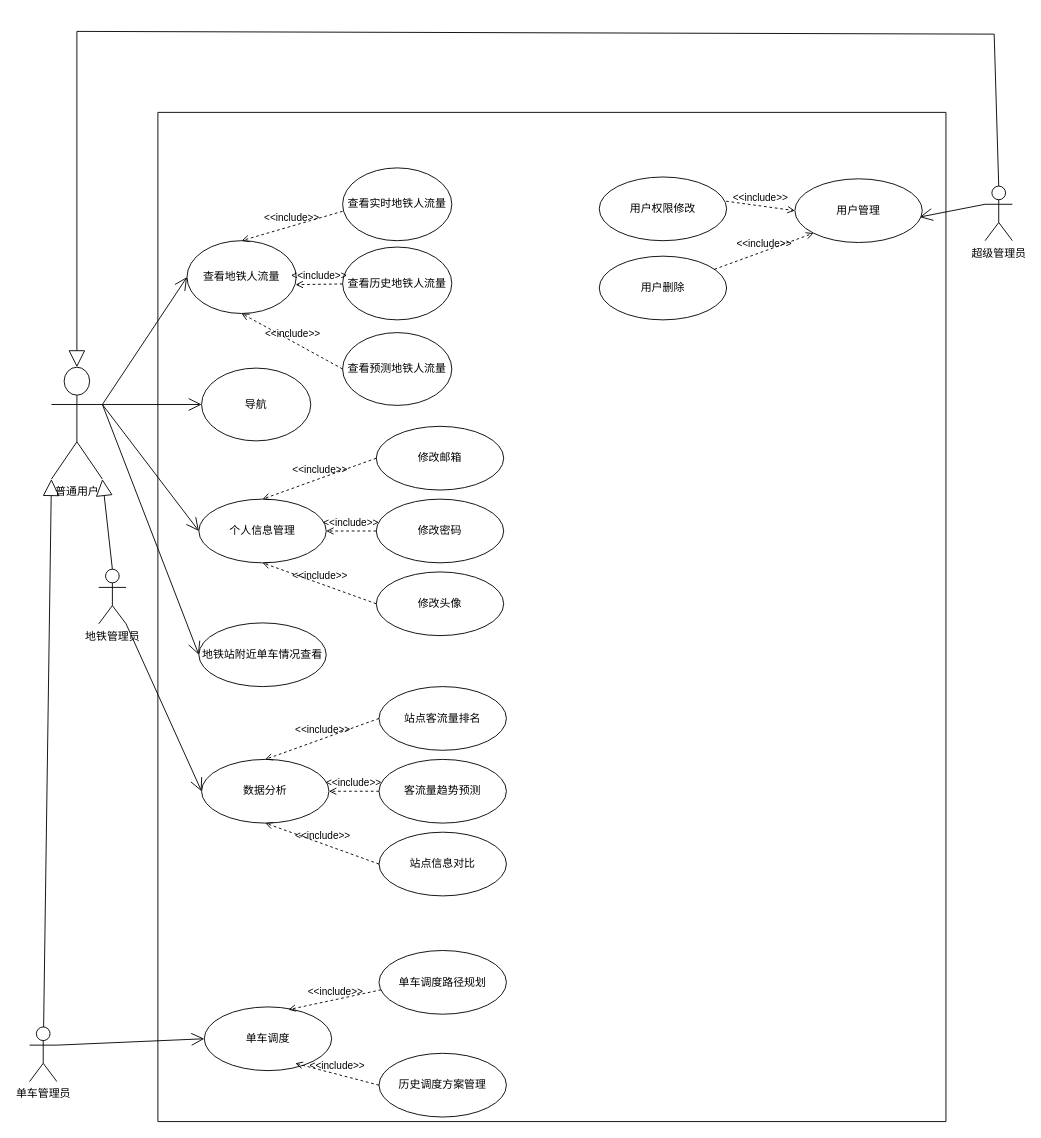
Earlier version of the draw.io diagram pic/用例图.drawio (YDUTSEVOLDN/Subway). Source tidied: cells renumbered, new cells numbered last; positions are measured from the earlier drawing's top-left corner, leaving out a move shared by most shapes. Both pictures are drawn from the tidied source at 91%, with x=0, y=0 at pixel (29, 31).
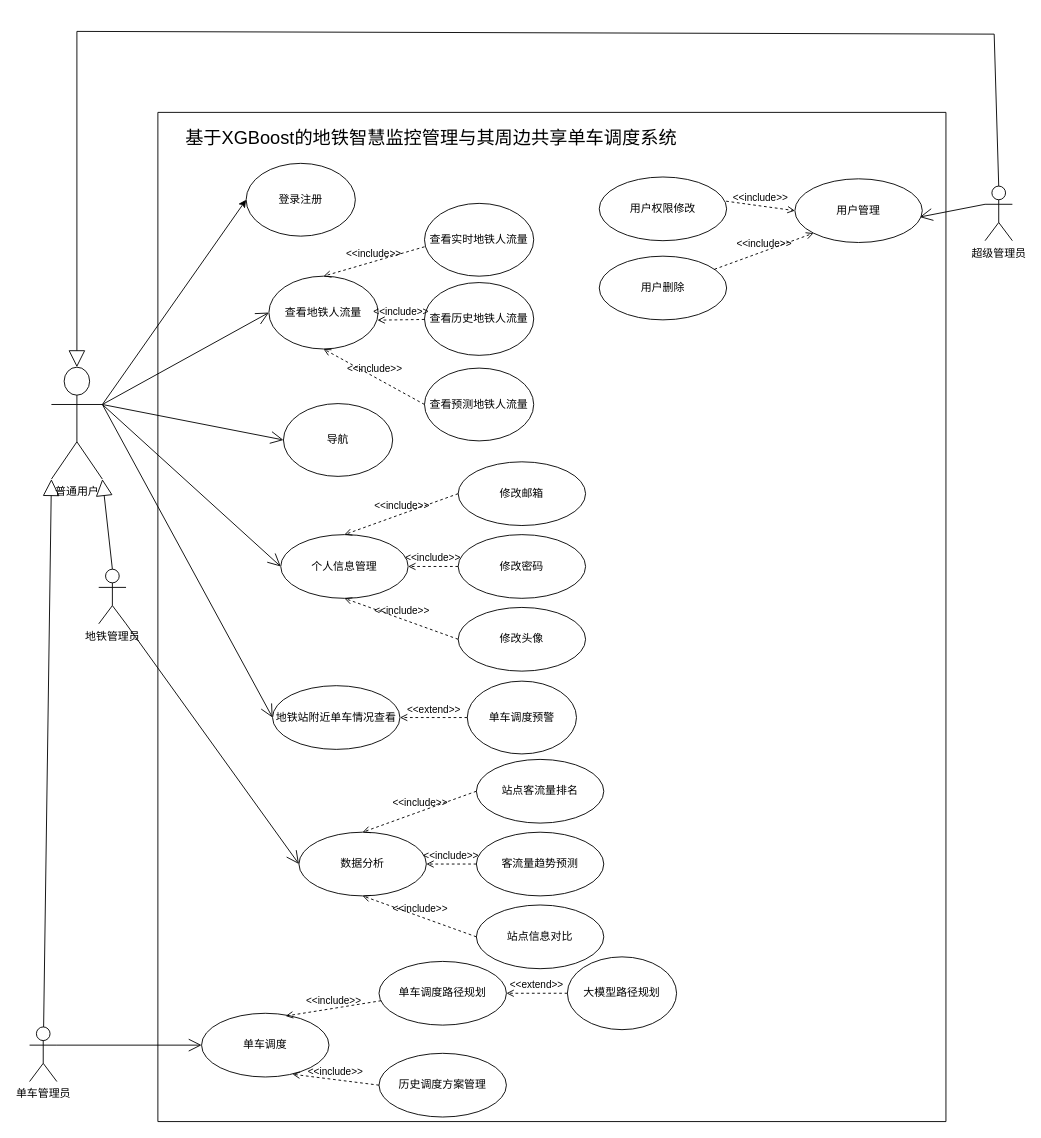
The same page after the edit.

Commit message:
更新用例图.drawio

Unchanged cells that the change refers to:
```xml
<mxCell id="4" value="普通用户" style="shape=umlActor;verticalLabelPosition=bottom;verticalAlign=top;html=1;" parent="1" vertex="1">
  <mxGeometry x="24" y="369" width="56" height="123" as="geometry" />
</mxCell>
<mxCell id="6" style="swimlane;startSize=0;" parent="1" vertex="1">
  <mxGeometry x="141" y="89" width="866" height="1109" as="geometry" />
</mxCell>
<mxCell id="32" value="历史调度方案管理" style="ellipse;whiteSpace=wrap;html=1;" parent="6" vertex="1">
  <mxGeometry x="243" y="1034" width="140" height="70" as="geometry" />
</mxCell>
```

Diff of the diagram source:
```diff
@@
     <mxCell id="7" value="查看实时地铁人流量" style="ellipse;whiteSpace=wrap;html=1;" parent="6" vertex="1">
-      <mxGeometry x="203" y="61" width="120" height="80" as="geometry" />
+      <mxGeometry x="293" y="100" width="120" height="80" as="geometry" />
     </mxCell>
     <mxCell id="8" value="查看地铁人流量" style="ellipse;whiteSpace=wrap;html=1;" parent="6" vertex="1">
-      <mxGeometry x="32" y="141" width="120" height="80" as="geometry" />
+      <mxGeometry x="122" y="180" width="120" height="80" as="geometry" />
     </mxCell>
     <mxCell id="9" value="查看历史地铁人流量" style="ellipse;whiteSpace=wrap;html=1;" parent="6" vertex="1">
-      <mxGeometry x="203" y="148" width="120" height="80" as="geometry" />
+      <mxGeometry x="293" y="187" width="120" height="80" as="geometry" />
     </mxCell>
     <mxCell id="10" value="查看预测地铁人流量" style="ellipse;whiteSpace=wrap;html=1;" parent="6" vertex="1">
-      <mxGeometry x="203" y="242" width="120" height="80" as="geometry" />
+      <mxGeometry x="293" y="281" width="120" height="80" as="geometry" />
     </mxCell>
@@
     <mxCell id="14" value="个人信息管理" style="ellipse;whiteSpace=wrap;html=1;" parent="6" vertex="1">
-      <mxGeometry x="45" y="425" width="140" height="70" as="geometry" />
+      <mxGeometry x="135" y="464" width="140" height="70" as="geometry" />
     </mxCell>
     <mxCell id="15" value="修改邮箱" style="ellipse;whiteSpace=wrap;html=1;" parent="6" vertex="1">
-      <mxGeometry x="240" y="345" width="140" height="70" as="geometry" />
+      <mxGeometry x="330" y="384" width="140" height="70" as="geometry" />
     </mxCell>
@@
     <mxCell id="17" value="修改头像" style="ellipse;whiteSpace=wrap;html=1;" parent="6" vertex="1">
-      <mxGeometry x="240" y="505" width="140" height="70" as="geometry" />
+      <mxGeometry x="330" y="544" width="140" height="70" as="geometry" />
     </mxCell>
@@
     <mxCell id="19" value="修改密码" style="ellipse;whiteSpace=wrap;html=1;" parent="6" vertex="1">
-      <mxGeometry x="240" y="425" width="140" height="70" as="geometry" />
+      <mxGeometry x="330" y="464" width="140" height="70" as="geometry" />
     </mxCell>
@@
     <mxCell id="21" value="导航" style="ellipse;whiteSpace=wrap;html=1;" parent="6" vertex="1">
-      <mxGeometry x="48" y="281" width="120" height="80" as="geometry" />
+      <mxGeometry x="138" y="320" width="120" height="80" as="geometry" />
     </mxCell>
     <mxCell id="22" value="数据分析" style="ellipse;whiteSpace=wrap;html=1;" parent="6" vertex="1">
-      <mxGeometry x="48" y="711" width="140" height="70" as="geometry" />
+      <mxGeometry x="155" y="791" width="140" height="70" as="geometry" />
     </mxCell>
     <mxCell id="23" value="站点客流量排名" style="ellipse;whiteSpace=wrap;html=1;" parent="6" vertex="1">
-      <mxGeometry x="243" y="631" width="140" height="70" as="geometry" />
+      <mxGeometry x="350" y="711" width="140" height="70" as="geometry" />
     </mxCell>
@@
     <mxCell id="25" value="站点信息对比" style="ellipse;whiteSpace=wrap;html=1;" parent="6" vertex="1">
-      <mxGeometry x="243" y="791" width="140" height="70" as="geometry" />
+      <mxGeometry x="350" y="871" width="140" height="70" as="geometry" />
     </mxCell>
@@
     <mxCell id="27" value="客流量趋势预测" style="ellipse;whiteSpace=wrap;html=1;" parent="6" vertex="1">
-      <mxGeometry x="243" y="711" width="140" height="70" as="geometry" />
+      <mxGeometry x="350" y="791" width="140" height="70" as="geometry" />
     </mxCell>
@@
     <mxCell id="29" value="地铁站附近单车情况查看" style="ellipse;whiteSpace=wrap;html=1;" parent="6" vertex="1">
-      <mxGeometry x="45" y="561" width="140" height="70" as="geometry" />
+      <mxGeometry x="126" y="630" width="140" height="70" as="geometry" />
     </mxCell>
     <mxCell id="30" value="单车调度" style="ellipse;whiteSpace=wrap;html=1;" parent="6" vertex="1">
-      <mxGeometry x="51" y="983" width="140" height="70" as="geometry" />
+      <mxGeometry x="48" y="990" width="140" height="70" as="geometry" />
     </mxCell>
     <mxCell id="31" value="单车调度路径规划" style="ellipse;whiteSpace=wrap;html=1;" parent="6" vertex="1">
-      <mxGeometry x="243" y="921" width="140" height="70" as="geometry" />
+      <mxGeometry x="243" y="933" width="140" height="70" as="geometry" />
     </mxCell>
@@
-    <mxCell id="37" value="&amp;lt;&amp;lt;include&amp;gt;&amp;gt;" style="html=1;verticalAlign=bottom;labelBackgroundColor=none;endArrow=open;endFill=0;dashed=1;rounded=0;entryX=0.714;entryY=0.886;entryDx=0;entryDy=0;entryPerimeter=0;exitX=0;exitY=0.5;exitDx=0;exitDy=0;" parent="6" edge="1" source="32" target="30">
+    <mxCell id="37" value="&amp;lt;&amp;lt;include&amp;gt;&amp;gt;" style="html=1;verticalAlign=bottom;labelBackgroundColor=none;endArrow=open;endFill=0;dashed=1;rounded=0;entryX=0.714;entryY=0.957;entryDx=0;entryDy=0;entryPerimeter=0;exitX=0;exitY=0.5;exitDx=0;exitDy=0;" parent="6" edge="1" source="32" target="30">
       <mxGeometry relative="1" as="geometry" />
     </mxCell>
@@
+    <mxCell id="50" value="大模型路径规划" style="ellipse;whiteSpace=wrap;html=1;" parent="6" vertex="1">
+      <mxGeometry x="450" y="928" width="120" height="80" as="geometry" />
+    </mxCell>
+    <mxCell id="51" value="&amp;lt;&amp;lt;extend&amp;gt;&amp;gt;" style="html=1;verticalAlign=bottom;labelBackgroundColor=none;endArrow=open;endFill=0;dashed=1;rounded=0;entryX=1;entryY=0.5;entryDx=0;entryDy=0;exitX=0;exitY=0.5;exitDx=0;exitDy=0;" parent="6" edge="1" source="50" target="31">
+      <mxGeometry relative="1" as="geometry" />
+    </mxCell>
+    <mxCell id="52" value="单车调度预警" style="ellipse;whiteSpace=wrap;html=1;" parent="6" vertex="1">
+      <mxGeometry x="340" y="625" width="120" height="80" as="geometry" />
+    </mxCell>
+    <mxCell id="53" value="&amp;lt;&amp;lt;extend&amp;gt;&amp;gt;" style="html=1;verticalAlign=bottom;labelBackgroundColor=none;endArrow=open;endFill=0;dashed=1;rounded=0;entryX=1;entryY=0.5;entryDx=0;entryDy=0;exitX=0;exitY=0.5;exitDx=0;exitDy=0;" parent="6" edge="1" source="52" target="29">
+      <mxGeometry relative="1" as="geometry" />
+    </mxCell>
+    <mxCell id="54" value="&lt;span style=&quot;font-size: 20px;&quot;&gt;基于XGBoost的地铁智慧监控管理与其周边共享单车调度系统&lt;/span&gt;" style="text;html=1;align=center;verticalAlign=middle;whiteSpace=wrap;rounded=0;" parent="6" vertex="1">
+      <mxGeometry x="8" y="12" width="585" height="30" as="geometry" />
+    </mxCell>
+    <mxCell id="55" value="登录注册" style="ellipse;whiteSpace=wrap;html=1;" parent="6" vertex="1">
+      <mxGeometry x="97" y="56" width="120" height="80" as="geometry" />
+    </mxCell>
@@
+    <mxCell id="56" style="endArrow=classic;html=1;rounded=0;entryX=0;entryY=0.5;entryDx=0;entryDy=0;exitX=1;exitY=0.3333333333333333;exitDx=0;exitDy=0;exitPerimeter=0;" parent="1" edge="1" source="4" target="55">
+      <mxGeometry relative="1" as="geometry" />
+    </mxCell>
```
